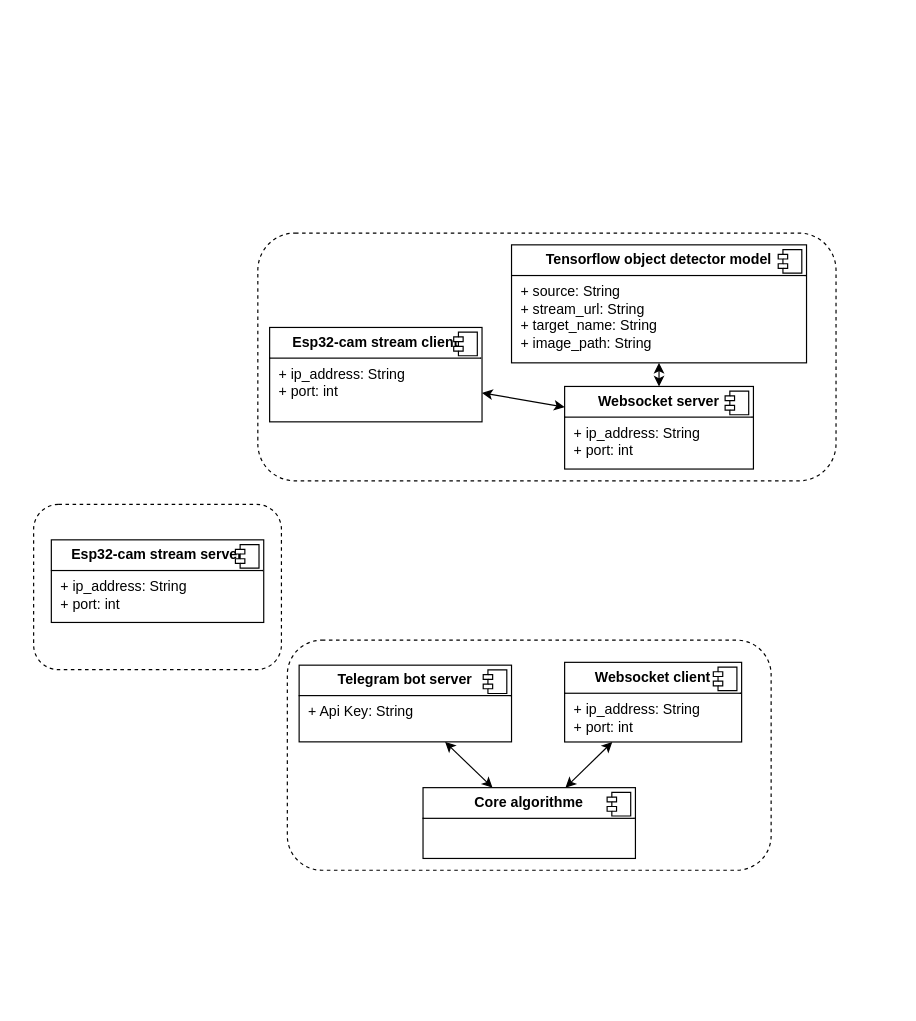
Before: code/Module_analyse_image/architecture_logiciel.drawio in JonaBacho/sight-eyes, a draw.io diagram. Source tidied: cells renumbered, new cells numbered last; positions are measured from the earlier drawing's top-left corner, leaving out a move shared by most shapes. Both pictures are drawn from the tidied source at 118%, with x=0, y=0 at pixel (33, 232).
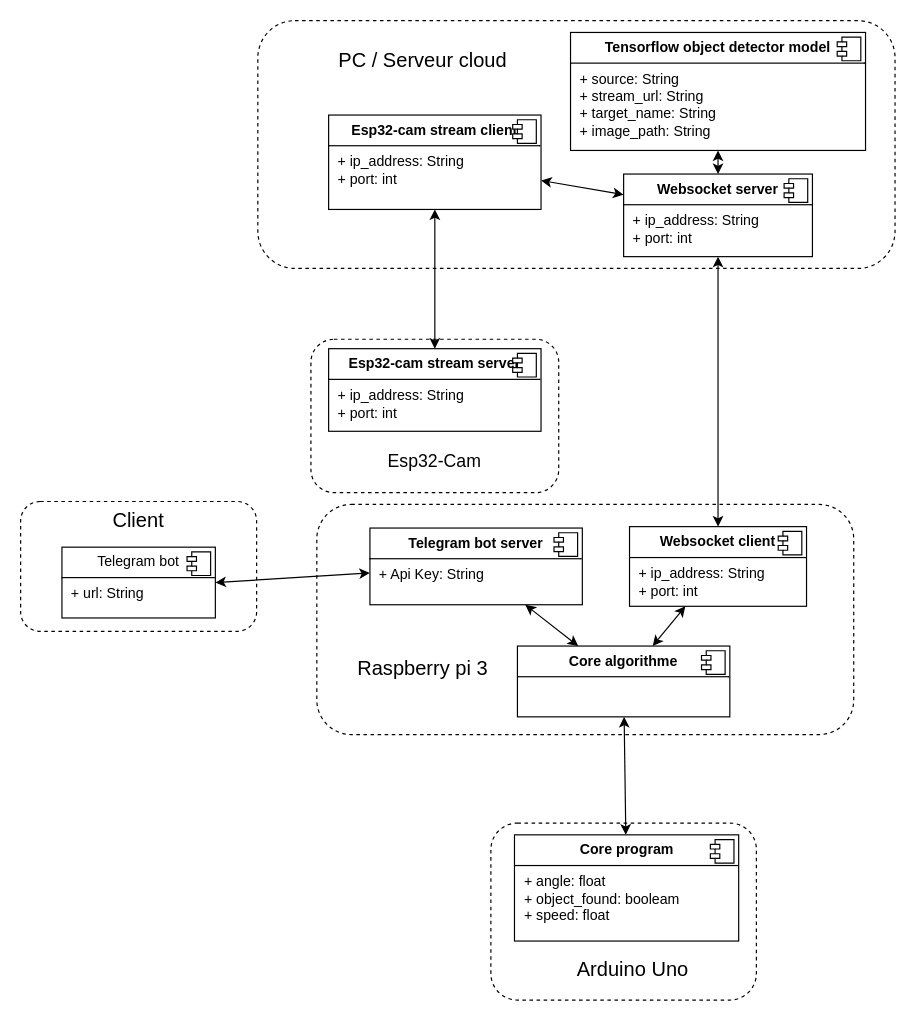
The same page after the edit.

Commit message (it also covers changes not shown here):
Mettre à jour architecture_logiciel.drawio

Diff of the diagram source:
```diff
@@
     <mxCell id="2" style="rounded=1;whiteSpace=wrap;html=1;dashed=1;" parent="1" vertex="1">
-      <mxGeometry x="215" y="345" width="410" height="195" as="geometry" />
+      <mxGeometry x="240" y="230" width="455" height="195" as="geometry" />
     </mxCell>
@@
     <mxCell id="5" style="rounded=1;whiteSpace=wrap;html=1;dashed=1;" parent="1" vertex="1">
-      <mxGeometry x="190" width="490" height="210" as="geometry" />
+      <mxGeometry x="190" y="-180" width="540" height="210" as="geometry" />
     </mxCell>
     <mxCell id="6" value="&lt;p style=&quot;margin:0px;margin-top:6px;text-align:center;&quot;&gt;&lt;b&gt;Websocket server&lt;/b&gt;&lt;/p&gt;&lt;hr size=&quot;1&quot; style=&quot;border-style:solid;&quot;&gt;&lt;p style=&quot;margin:0px;margin-left:8px;&quot;&gt;+ ip_address: String&lt;br&gt;+ port: int&lt;/p&gt;" style="align=left;overflow=fill;html=1;whiteSpace=wrap;" parent="1" vertex="1">
-      <mxGeometry x="450" y="130" width="160" height="70" as="geometry" />
+      <mxGeometry x="500" y="-50" width="160" height="70" as="geometry" />
     </mxCell>
@@
     <mxCell id="8" value="&lt;p style=&quot;margin:0px;margin-top:6px;text-align:center;&quot;&gt;&lt;b&gt;Tensorflow object detector model&lt;/b&gt;&lt;/p&gt;&lt;hr size=&quot;1&quot; style=&quot;border-style:solid;&quot;&gt;&lt;p style=&quot;margin:0px;margin-left:8px;&quot;&gt;+ source: String&lt;br&gt;+ stream_url: String&lt;/p&gt;&lt;p style=&quot;margin:0px;margin-left:8px;&quot;&gt;+ target_name: String&lt;/p&gt;&lt;p style=&quot;margin:0px;margin-left:8px;&quot;&gt;+ image_path: String&lt;/p&gt;" style="align=left;overflow=fill;html=1;whiteSpace=wrap;" parent="1" vertex="1">
-      <mxGeometry x="405" y="10" width="250" height="100" as="geometry" />
+      <mxGeometry x="455" y="-170" width="250" height="100" as="geometry" />
     </mxCell>
@@
     <mxCell id="10" value="&lt;p style=&quot;margin:0px;margin-top:6px;text-align:center;&quot;&gt;&lt;b&gt;Esp32-cam stream client&lt;/b&gt;&lt;/p&gt;&lt;hr size=&quot;1&quot; style=&quot;border-style:solid;&quot;&gt;&lt;p style=&quot;margin:0px;margin-left:8px;&quot;&gt;+ ip_address: String&lt;br&gt;+ port: int&lt;/p&gt;" style="align=left;overflow=fill;html=1;whiteSpace=wrap;" parent="1" vertex="1">
-      <mxGeometry x="200" y="80" width="180" height="80" as="geometry" />
+      <mxGeometry x="250" y="-100" width="180" height="80" as="geometry" />
     </mxCell>
@@
     <mxCell id="12" value="&lt;p style=&quot;margin:0px;margin-top:6px;text-align:center;&quot;&gt;&lt;b&gt;Websocket client&lt;/b&gt;&lt;/p&gt;&lt;hr size=&quot;1&quot; style=&quot;border-style:solid;&quot;&gt;&lt;p style=&quot;margin:0px;margin-left:8px;&quot;&gt;+ ip_address: String&lt;br&gt;+ port: int&lt;/p&gt;" style="align=left;overflow=fill;html=1;whiteSpace=wrap;" parent="1" vertex="1">
-      <mxGeometry x="450" y="363.8" width="150" height="67.5" as="geometry" />
+      <mxGeometry x="505" y="248.8" width="150" height="67.5" as="geometry" />
     </mxCell>
@@
     <mxCell id="14" value="&lt;p style=&quot;margin:0px;margin-top:6px;text-align:center;&quot;&gt;&lt;b&gt;Telegram bot server&lt;/b&gt;&lt;/p&gt;&lt;hr size=&quot;1&quot; style=&quot;border-style:solid;&quot;&gt;&lt;p style=&quot;margin:0px;margin-left:8px;&quot;&gt;+ Api Key: String&lt;br&gt;&lt;/p&gt;" style="align=left;overflow=fill;html=1;whiteSpace=wrap;" parent="1" vertex="1">
-      <mxGeometry x="225" y="366.2" width="180" height="65" as="geometry" />
+      <mxGeometry x="285" y="250" width="180" height="65" as="geometry" />
     </mxCell>
@@
     <mxCell id="16" value="&lt;p style=&quot;margin:0px;margin-top:6px;text-align:center;&quot;&gt;&lt;b&gt;Core algorithme&lt;/b&gt;&lt;/p&gt;&lt;hr size=&quot;1&quot; style=&quot;border-style:solid;&quot;&gt;&lt;p style=&quot;margin:0px;margin-left:8px;&quot;&gt;&lt;br&gt;&lt;br&gt;&lt;/p&gt;" style="align=left;overflow=fill;html=1;whiteSpace=wrap;" parent="1" vertex="1">
-      <mxGeometry x="330" y="470" width="180" height="60" as="geometry" />
+      <mxGeometry x="410" y="350" width="180" height="60" as="geometry" />
     </mxCell>
@@
     <mxCell id="20" style="rounded=1;whiteSpace=wrap;html=1;dashed=1;" parent="1" vertex="1">
-      <mxGeometry y="230" width="210" height="140" as="geometry" />
+      <mxGeometry x="235" y="90" width="210" height="130" as="geometry" />
     </mxCell>
     <mxCell id="21" value="&lt;p style=&quot;margin:0px;margin-top:6px;text-align:center;&quot;&gt;&lt;b&gt;Esp32-cam stream server&lt;/b&gt;&lt;/p&gt;&lt;hr size=&quot;1&quot; style=&quot;border-style:solid;&quot;&gt;&lt;p style=&quot;margin:0px;margin-left:8px;&quot;&gt;+ ip_address: String&lt;br&gt;+ port: int&lt;span style=&quot;background-color: transparent; color: light-dark(rgb(0, 0, 0), rgb(255, 255, 255));&quot;&gt;&amp;nbsp;&lt;/span&gt;&lt;/p&gt;" style="align=left;overflow=fill;html=1;whiteSpace=wrap;" parent="1" vertex="1">
-      <mxGeometry x="15" y="260" width="180" height="70" as="geometry" />
+      <mxGeometry x="250" y="98" width="180" height="70" as="geometry" />
     </mxCell>
@@
+    <mxCell id="23" style="rounded=1;whiteSpace=wrap;html=1;dashed=1;" parent="1" vertex="1">
+      <mxGeometry x="387.5" y="500" width="225" height="150" as="geometry" />
+    </mxCell>
+    <mxCell id="24" style="rounded=1;whiteSpace=wrap;html=1;dashed=1;" parent="1" vertex="1">
+      <mxGeometry x="-11" y="227.5" width="200" height="110" as="geometry" />
+    </mxCell>
+    <mxCell id="25" value="&lt;p style=&quot;margin:0px;margin-top:6px;text-align:center;&quot;&gt;Telegram bot&lt;/p&gt;&lt;hr size=&quot;1&quot; style=&quot;border-style:solid;&quot;&gt;&lt;p style=&quot;margin:0px;margin-left:8px;&quot;&gt;+ url: String&lt;br&gt;&lt;/p&gt;" style="align=left;overflow=fill;html=1;whiteSpace=wrap;" parent="1" vertex="1">
+      <mxGeometry x="24" y="266.2" width="130" height="60" as="geometry" />
+    </mxCell>
+    <mxCell id="26" style="shape=component;jettyWidth=8;jettyHeight=4;" parent="25" vertex="1">
+      <mxGeometry x="1" width="20" height="20" relative="1" as="geometry">
+        <mxPoint x="-24" y="4" as="offset" />
+      </mxGeometry>
+    </mxCell>
+    <mxCell id="27" style="endArrow=classic;startArrow=classic;html=1;rounded=0;entryX=1;entryY=0.5;entryDx=0;entryDy=0;" parent="1" edge="1" source="14" target="25">
+      <mxGeometry relative="1" as="geometry" />
+    </mxCell>
+    <mxCell id="28" style="endArrow=classic;startArrow=classic;html=1;rounded=0;" parent="1" edge="1" source="10" target="21">
+      <mxGeometry relative="1" as="geometry" />
+    </mxCell>
+    <mxCell id="29" style="endArrow=classic;startArrow=classic;html=1;rounded=0;" parent="1" edge="1" source="12" target="6">
+      <mxGeometry relative="1" as="geometry" />
+    </mxCell>
+    <mxCell id="30" value="&lt;font style=&quot;font-size: 17px;&quot;&gt;Client&lt;/font&gt;" style="rounded=1;whiteSpace=wrap;html=1;strokeColor=#FFFFFF;" parent="1" vertex="1">
+      <mxGeometry x="49" y="229.5" width="80" height="30" as="geometry" />
+    </mxCell>
+    <mxCell id="31" value="&lt;font style=&quot;font-size: 17px;&quot;&gt;PC / Serveur cloud&lt;/font&gt;" style="rounded=1;whiteSpace=wrap;html=1;strokeColor=#FFFFFF;" parent="1" vertex="1">
+      <mxGeometry x="240" y="-160" width="180" height="30" as="geometry" />
+    </mxCell>
+    <mxCell id="32" value="&lt;span style=&quot;font-size: 15px;&quot;&gt;Esp32-Cam&lt;/span&gt;" style="rounded=1;whiteSpace=wrap;html=1;strokeColor=#FFFFFF;" parent="1" vertex="1">
+      <mxGeometry x="275" y="178" width="130" height="30" as="geometry" />
+    </mxCell>
+    <mxCell id="33" value="&lt;font style=&quot;font-size: 17px;&quot;&gt;Raspberry pi 3&lt;/font&gt;" style="rounded=1;whiteSpace=wrap;html=1;strokeColor=#FFFFFF;" parent="1" vertex="1">
+      <mxGeometry x="255" y="355" width="150" height="30" as="geometry" />
+    </mxCell>
+    <mxCell id="34" value="&lt;span style=&quot;font-size: 17px;&quot;&gt;Arduino Uno&lt;/span&gt;" style="rounded=1;whiteSpace=wrap;html=1;strokeColor=#FFFFFF;" parent="1" vertex="1">
+      <mxGeometry x="432.5" y="610" width="150" height="30" as="geometry" />
+    </mxCell>
+    <mxCell id="35" value="&lt;p style=&quot;margin:0px;margin-top:6px;text-align:center;&quot;&gt;&lt;b&gt;Core program&lt;/b&gt;&lt;/p&gt;&lt;hr size=&quot;1&quot; style=&quot;border-style:solid;&quot;&gt;&lt;p style=&quot;margin:0px;margin-left:8px;&quot;&gt;+ angle: float&lt;br&gt;+ object_found: booleam&lt;/p&gt;&lt;p style=&quot;margin:0px;margin-left:8px;&quot;&gt;+ speed: float&lt;/p&gt;" style="align=left;overflow=fill;html=1;whiteSpace=wrap;" parent="1" vertex="1">
+      <mxGeometry x="407.5" y="510" width="190" height="90" as="geometry" />
+    </mxCell>
+    <mxCell id="36" style="shape=component;jettyWidth=8;jettyHeight=4;" parent="35" vertex="1">
+      <mxGeometry x="1" width="20" height="20" relative="1" as="geometry">
+        <mxPoint x="-24" y="4" as="offset" />
+      </mxGeometry>
+    </mxCell>
+    <mxCell id="37" style="endArrow=classic;startArrow=classic;html=1;rounded=0;" parent="1" edge="1" source="16" target="35">
+      <mxGeometry relative="1" as="geometry" />
+    </mxCell>
```
